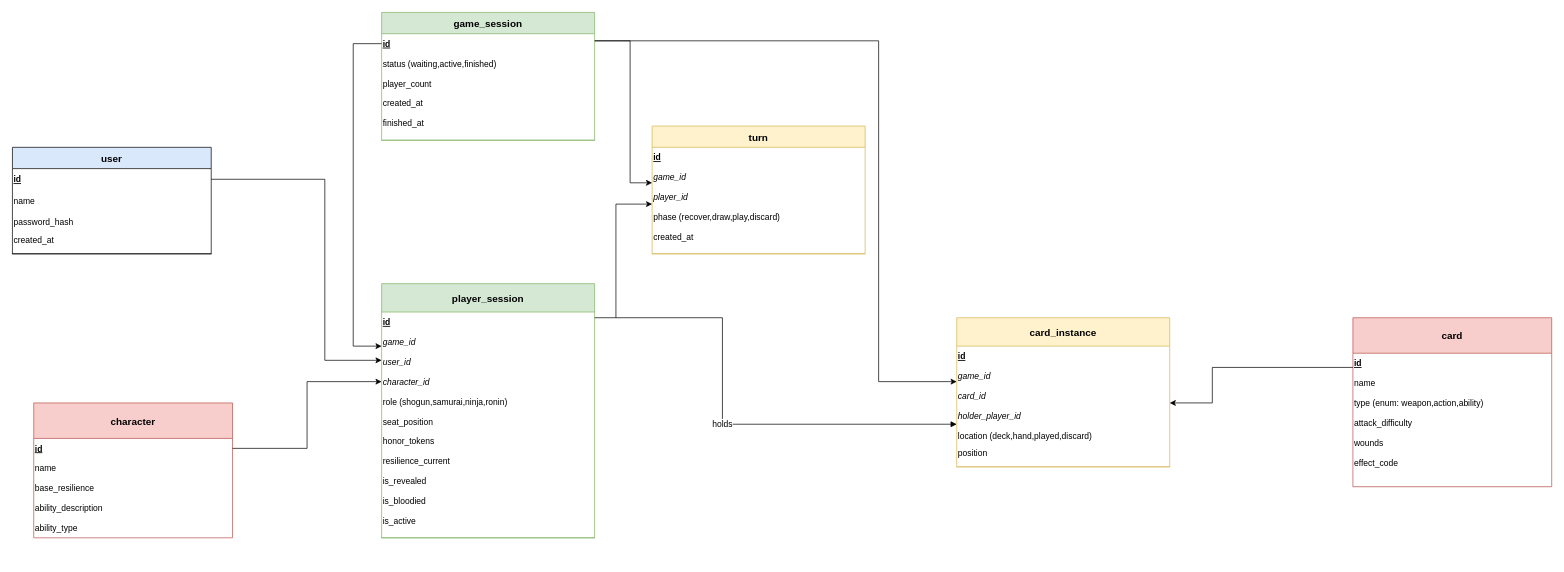
The draw.io diagram page "Реляционная модель" (2 of 2) of Меч_самурая_er.drawio in Tor4narek/SamuraiSword, before the edit. Source tidied: cells renumbered, new cells numbered last; positions are measured from the earlier drawing's top-left corner, leaving out a move shared by most shapes. Both pictures are drawn from the tidied source at 71%, with x=0, y=0 at pixel (12, 12).
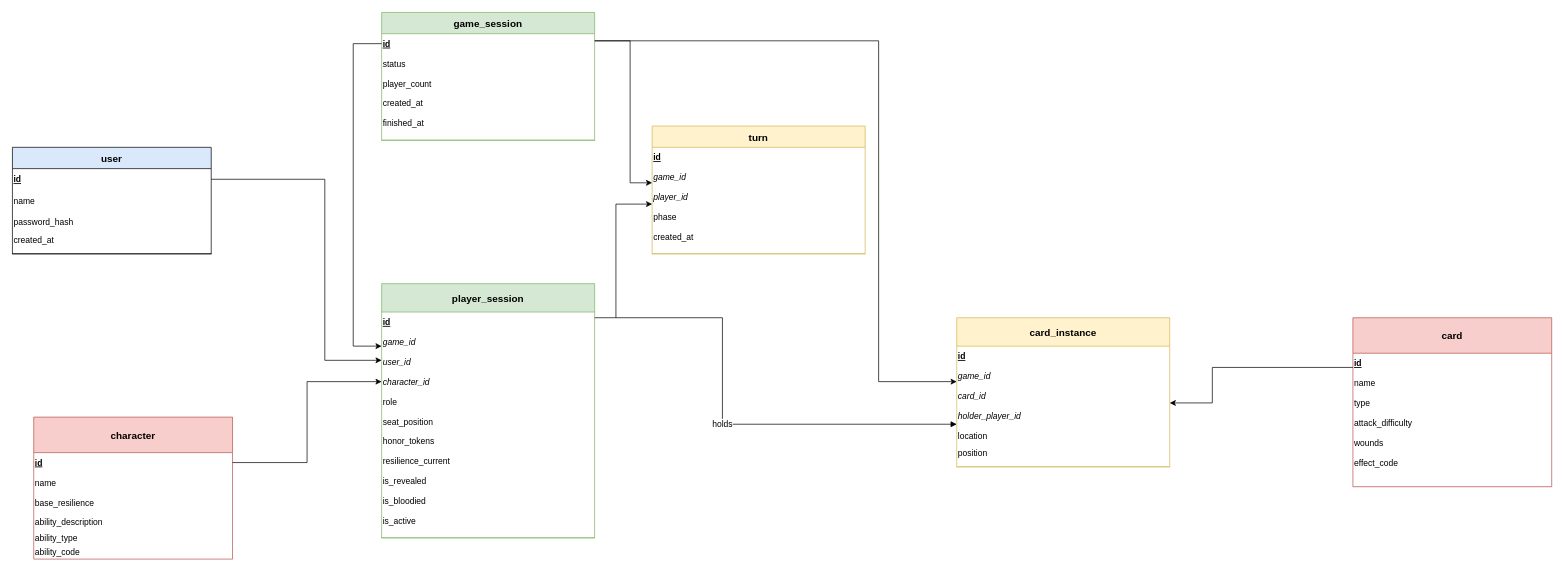
The same diagram, later.

The change refers to these unchanged cells:
```xml
<mxCell id="14" value="card" style="shape=table;startSize=50;childLayout=tableLayout;rowLines=0;fontStyle=1;align=center;fontSize=14;fillColor=#f8cecc;strokeColor=#b85450;" parent="1" vertex="1">
  <mxGeometry x="1888" y="430" width="280" height="238" as="geometry" />
</mxCell>
<mxCell id="23" value="game_session" style="shape=table;startSize=30;childLayout=tableLayout;rowLines=0;fontStyle=1;align=center;fontSize=14;fillColor=#d5e8d4;strokeColor=#82b366;" parent="1" vertex="1">
  <mxGeometry x="520" width="300" height="180" as="geometry" />
</mxCell>
<mxCell id="30" value="player_session" style="shape=table;startSize=40;childLayout=tableLayout;rowLines=0;fontStyle=1;align=center;fontSize=14;fillColor=#d5e8d4;strokeColor=#82b366;" parent="1" vertex="1">
  <mxGeometry x="520" y="382" width="300" height="358" as="geometry" />
</mxCell>
<mxCell id="43" value="turn" style="shape=table;startSize=30;childLayout=tableLayout;rowLines=0;fontStyle=1;align=center;fontSize=14;fillColor=#fff2cc;strokeColor=#d6b656;" parent="1" vertex="1">
  <mxGeometry x="901" y="160" width="300" height="180" as="geometry" />
</mxCell>
<mxCell id="50" value="card_instance" style="shape=table;startSize=40;childLayout=tableLayout;rowLines=0;fontStyle=1;align=center;fontSize=14;fillColor=#fff2cc;strokeColor=#d6b656;" parent="1" vertex="1">
  <mxGeometry x="1330" y="430" width="300" height="210" as="geometry" />
</mxCell>
```

The edit, as a diff of the source:
```diff
@@
     <mxCell id="8" value="character" style="shape=table;startSize=50;childLayout=tableLayout;rowLines=0;fontStyle=1;align=center;fontSize=14;fillColor=#f8cecc;strokeColor=#b85450;" parent="1" vertex="1">
-      <mxGeometry x="30" y="550" width="280" height="190" as="geometry" />
+      <mxGeometry x="30" y="570" width="280" height="200" as="geometry" />
     </mxCell>
@@
     <mxCell id="12" value="ability_description" style="shape=partialRectangle;fillColor=none;top=0;left=0;bottom=0;right=0;overflow=hidden;align=left;" parent="8" vertex="1">
-      <mxGeometry y="134" width="280" height="28" as="geometry" />
+      <mxGeometry y="134" width="280" height="26" as="geometry" />
     </mxCell>
     <mxCell id="13" value="ability_type" style="shape=partialRectangle;fillColor=none;top=0;left=0;bottom=0;right=0;overflow=hidden;align=left;" parent="8" vertex="1">
-      <mxGeometry y="162" width="280" height="28" as="geometry" />
+      <mxGeometry y="160" width="280" height="20" as="geometry" />
     </mxCell>
+    <mxCell id="65" value="ability_code" style="shape=partialRectangle;fillColor=none;top=0;left=0;bottom=0;right=0;overflow=hidden;align=left;" parent="8" vertex="1">
+      <mxGeometry y="180" width="280" height="20" as="geometry" />
+    </mxCell>
@@
-    <mxCell id="17" value="type (enum: weapon,action,ability)" style="shape=partialRectangle;fillColor=none;top=0;left=0;bottom=0;right=0;overflow=hidden;align=left;" parent="14" vertex="1">
+    <mxCell id="17" value="type" style="shape=partialRectangle;fillColor=none;top=0;left=0;bottom=0;right=0;overflow=hidden;align=left;" parent="14" vertex="1">
       <mxGeometry y="106" width="280" height="28" as="geometry" />
     </mxCell>
@@
-    <mxCell id="25" value="status (waiting,active,finished)" style="shape=partialRectangle;fillColor=none;top=0;left=0;bottom=0;right=0;overflow=hidden;align=left;" parent="23" vertex="1">
+    <mxCell id="25" value="status" style="shape=partialRectangle;fillColor=none;top=0;left=0;bottom=0;right=0;overflow=hidden;align=left;" parent="23" vertex="1">
       <mxGeometry y="58" width="300" height="28" as="geometry" />
     </mxCell>
@@
-    <mxCell id="35" value="role (shogun,samurai,ninja,ronin)" style="shape=partialRectangle;fillColor=none;top=0;left=0;bottom=0;right=0;overflow=hidden;align=left;" parent="30" vertex="1">
+    <mxCell id="35" value="role" style="shape=partialRectangle;fillColor=none;top=0;left=0;bottom=0;right=0;overflow=hidden;align=left;" parent="30" vertex="1">
       <mxGeometry y="152" width="300" height="28" as="geometry" />
     </mxCell>
@@
-    <mxCell id="47" value="phase (recover,draw,play,discard)" style="shape=partialRectangle;fillColor=none;top=0;left=0;bottom=0;right=0;overflow=hidden;align=left;" parent="43" vertex="1">
+    <mxCell id="47" value="phase" style="shape=partialRectangle;fillColor=none;top=0;left=0;bottom=0;right=0;overflow=hidden;align=left;" parent="43" vertex="1">
       <mxGeometry y="114" width="300" height="28" as="geometry" />
     </mxCell>
@@
-    <mxCell id="55" value="location (deck,hand,played,discard)" style="shape=partialRectangle;fillColor=none;top=0;left=0;bottom=0;right=0;overflow=hidden;align=left;" parent="50" vertex="1">
+    <mxCell id="55" value="location" style="shape=partialRectangle;fillColor=none;top=0;left=0;bottom=0;right=0;overflow=hidden;align=left;" parent="50" vertex="1">
       <mxGeometry y="152" width="300" height="28" as="geometry" />
     </mxCell>
```
